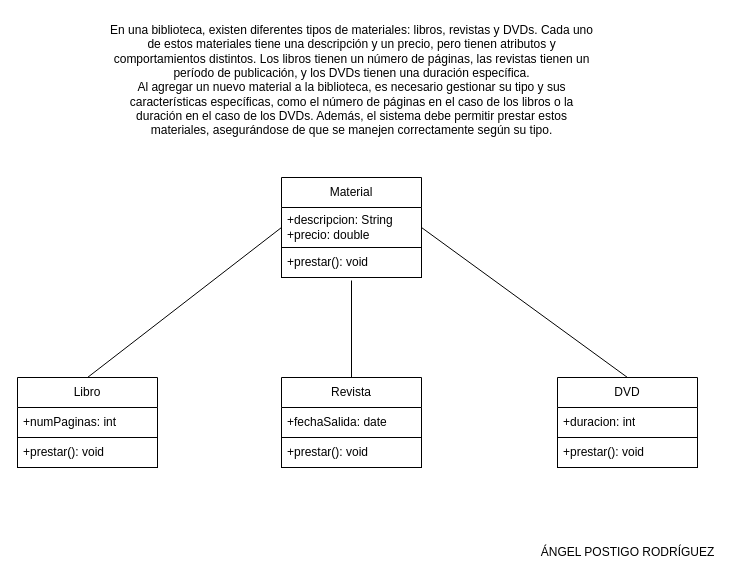
Earlier version of the draw.io diagram page "Página-4" (4 of 10) of Ej1-APR.drawio (AngelPostigo27/ENTORNO-DE-DESARROLLO). Source tidied: cells renumbered, new cells numbered last; positions are measured from the earlier drawing's top-left corner, leaving out a move shared by most shapes. Both pictures are drawn from the tidied source at 100%, with x=0, y=0 at pixel (17, 17).
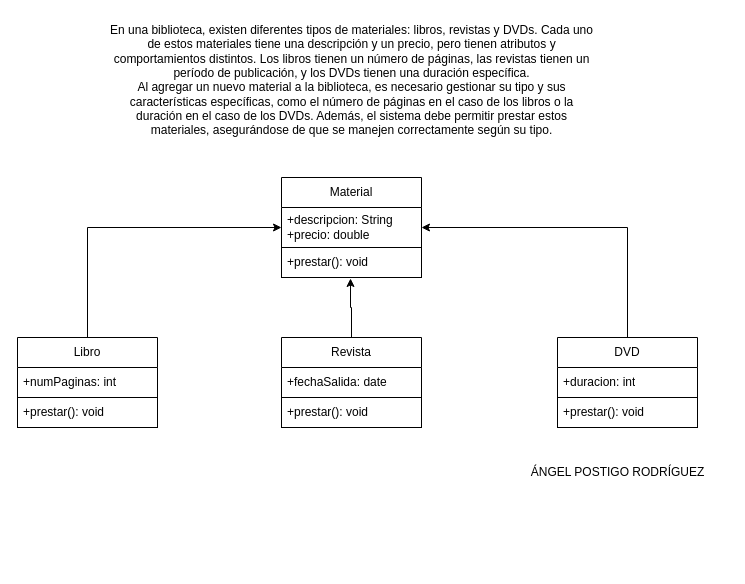
Above is the later version.

What changed in the source:
```diff
@@
 <mxGraphModel>
   <root>
     <mxCell id="0" />
     <mxCell id="1" parent="0" />
     <mxCell id="2" value="En una biblioteca, existen diferentes tipos de materiales: libros, revistas y DVDs. Cada uno&lt;br/&gt;de estos materiales tiene una descripción y un precio, pero tienen atributos y&lt;br/&gt;comportamientos distintos. Los libros tienen un número de páginas, las revistas tienen un&lt;br/&gt;período de publicación, y los DVDs tienen una duración específica.&lt;br/&gt;Al agregar un nuevo material a la biblioteca, es necesario gestionar su tipo y sus&lt;br/&gt;características específicas, como el número de páginas en el caso de los libros o la&lt;br/&gt;duración en el caso de los DVDs. Además, el sistema debe permitir prestar estos&lt;br/&gt;materiales, asegurándose de que se manejen correctamente según su tipo.&lt;div&gt;&lt;br/&gt;&lt;/div&gt;" style="text;html=1;align=center;verticalAlign=middle;strokeColor=none;fillColor=none;" parent="1" vertex="1">
       <mxGeometry x="79" width="510" height="140" as="geometry" />
     </mxCell>
     <mxCell id="3" value="Material" style="swimlane;fontStyle=0;horizontal=1;startSize=30;whiteSpace=wrap;html=1;" parent="1" vertex="1">
       <mxGeometry x="264" y="160" width="140" height="100" as="geometry" />
     </mxCell>
     <mxCell id="4" value="+descripcion: String&lt;div&gt;+precio: double&lt;/div&gt;" style="text;strokeColor=none;fillColor=none;align=left;verticalAlign=middle;spacingLeft=4;spacingRight=4;overflow=hidden;points=[[0,0.5],[1,0.5]];portConstraint=eastwest;whiteSpace=wrap;html=1;" parent="3" vertex="1">
       <mxGeometry y="30" width="140" height="40" as="geometry" />
     </mxCell>
     <mxCell id="5" value="+prestar(): void" style="text;strokeColor=default;fillColor=none;align=left;verticalAlign=middle;spacingLeft=4;spacingRight=4;overflow=hidden;points=[[0,0.5],[1,0.5]];portConstraint=eastwest;whiteSpace=wrap;html=1;" parent="3" vertex="1">
       <mxGeometry y="70" width="140" height="30" as="geometry" />
     </mxCell>
+    <mxCell id="16" style="edgeStyle=orthogonalEdgeStyle;rounded=0;jettySize=auto;html=1;exitX=0.5;exitY=0;exitDx=0;exitDy=0;entryX=0;entryY=0.5;entryDx=0;entryDy=0;" parent="1" edge="1" source="6" target="4">
+      <mxGeometry relative="1" as="geometry" />
+    </mxCell>
     <mxCell id="6" value="Libro" style="swimlane;fontStyle=0;horizontal=1;startSize=30;whiteSpace=wrap;html=1;" parent="1" vertex="1">
-      <mxGeometry y="360" width="140" height="90" as="geometry" />
+      <mxGeometry y="320" width="140" height="90" as="geometry" />
     </mxCell>
     <mxCell id="7" value="+numPaginas: int" style="text;strokeColor=none;fillColor=none;align=left;verticalAlign=middle;spacingLeft=4;spacingRight=4;overflow=hidden;whiteSpace=wrap;html=1;" parent="6" vertex="1">
       <mxGeometry y="30" width="140" height="30" as="geometry" />
     </mxCell>
     <mxCell id="8" value="+prestar(): void" style="text;strokeColor=default;fillColor=none;align=left;verticalAlign=middle;spacingLeft=4;spacingRight=4;overflow=hidden;whiteSpace=wrap;html=1;" parent="6" vertex="1">
       <mxGeometry y="60" width="140" height="30" as="geometry" />
     </mxCell>
+    <mxCell id="19" style="edgeStyle=orthogonalEdgeStyle;rounded=0;jettySize=auto;html=1;exitX=0.5;exitY=0;exitDx=0;exitDy=0;entryX=1;entryY=0.5;entryDx=0;entryDy=0;" parent="1" edge="1" source="9" target="4">
+      <mxGeometry relative="1" as="geometry" />
+    </mxCell>
     <mxCell id="9" value="DVD" style="swimlane;fontStyle=0;horizontal=1;startSize=30;whiteSpace=wrap;html=1;" parent="1" vertex="1">
-      <mxGeometry x="540" y="360" width="140" height="90" as="geometry" />
+      <mxGeometry x="540" y="320" width="140" height="90" as="geometry" />
     </mxCell>
     <mxCell id="10" value="+duracion: int" style="text;strokeColor=none;fillColor=none;align=left;verticalAlign=middle;spacingLeft=4;spacingRight=4;overflow=hidden;whiteSpace=wrap;html=1;" parent="9" vertex="1">
       <mxGeometry y="30" width="140" height="30" as="geometry" />
     </mxCell>
     <mxCell id="11" value="+prestar(): void" style="text;strokeColor=default;fillColor=none;align=left;verticalAlign=middle;spacingLeft=4;spacingRight=4;overflow=hidden;whiteSpace=wrap;html=1;" parent="9" vertex="1">
       <mxGeometry y="60" width="140" height="30" as="geometry" />
     </mxCell>
     <mxCell id="12" value="Revista" style="swimlane;fontStyle=0;horizontal=1;startSize=30;whiteSpace=wrap;html=1;" parent="1" vertex="1">
-      <mxGeometry x="264" y="360" width="140" height="90" as="geometry" />
+      <mxGeometry x="264" y="320" width="140" height="90" as="geometry" />
     </mxCell>
     <mxCell id="13" value="+fechaSalida: date" style="text;strokeColor=none;fillColor=none;align=left;verticalAlign=middle;spacingLeft=4;spacingRight=4;overflow=hidden;whiteSpace=wrap;html=1;" parent="12" vertex="1">
       <mxGeometry y="30" width="140" height="30" as="geometry" />
     </mxCell>
     <mxCell id="14" value="+prestar(): void" style="text;strokeColor=default;fillColor=none;align=left;verticalAlign=middle;spacingLeft=4;spacingRight=4;overflow=hidden;whiteSpace=wrap;html=1;" parent="12" vertex="1">
       <mxGeometry y="60" width="140" height="30" as="geometry" />
     </mxCell>
-    <mxCell id="15" style="endArrow=none;html=1;rounded=0;entryX=0.5;entryY=0;entryDx=0;entryDy=0;exitX=1;exitY=0.5;exitDx=0;exitDy=0;" parent="1" edge="1" source="4" target="9">
-      <mxGeometry relative="1" as="geometry" />
-    </mxCell>
-    <mxCell id="16" style="endArrow=none;html=1;rounded=0;exitX=0.5;exitY=0;exitDx=0;exitDy=0;entryX=0;entryY=0.5;entryDx=0;entryDy=0;" parent="1" edge="1" source="6" target="4">
-      <mxGeometry relative="1" as="geometry" />
-    </mxCell>
-    <mxCell id="17" style="endArrow=none;html=1;rounded=0;entryX=0.5;entryY=0;entryDx=0;entryDy=0;exitX=0.5;exitY=1.1;exitDx=0;exitDy=0;exitPerimeter=0;" parent="1" edge="1" source="5" target="12">
-      <mxGeometry relative="1" as="geometry" />
-    </mxCell>
     <mxCell id="18" value="ÁNGEL POSTIGO RODRÍGUEZ" style="text;html=1;align=center;verticalAlign=middle;strokeColor=none;fillColor=none;" parent="1" vertex="1">
-      <mxGeometry x="510" y="520" width="200" height="30" as="geometry" />
+      <mxGeometry x="500" y="440" width="200" height="30" as="geometry" />
     </mxCell>
+    <mxCell id="20" style="edgeStyle=orthogonalEdgeStyle;rounded=0;jettySize=auto;html=1;exitX=0.5;exitY=0;exitDx=0;exitDy=0;entryX=0.493;entryY=1.033;entryDx=0;entryDy=0;entryPerimeter=0;" parent="1" edge="1" source="12" target="5">
+      <mxGeometry relative="1" as="geometry" />
+    </mxCell>
   </root>
 </mxGraphModel>
```
